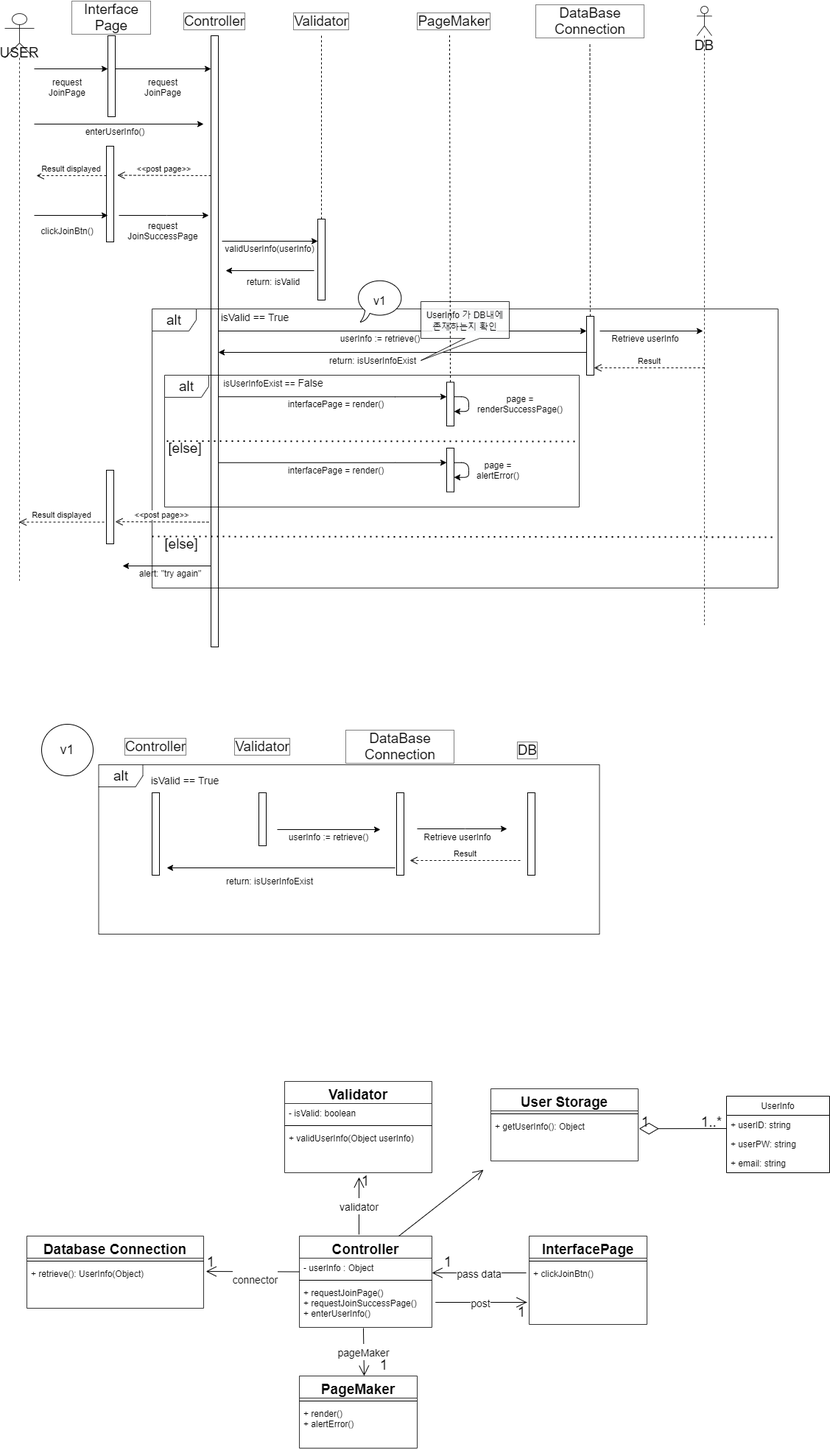
The draw.io diagram uc1_join.png in 2haein/software_engineering_diagram, before a commit. Source tidied: cells renumbered, new cells last; positions are measured from the earlier drawing's top-left corner, leaving out a move shared by most shapes.
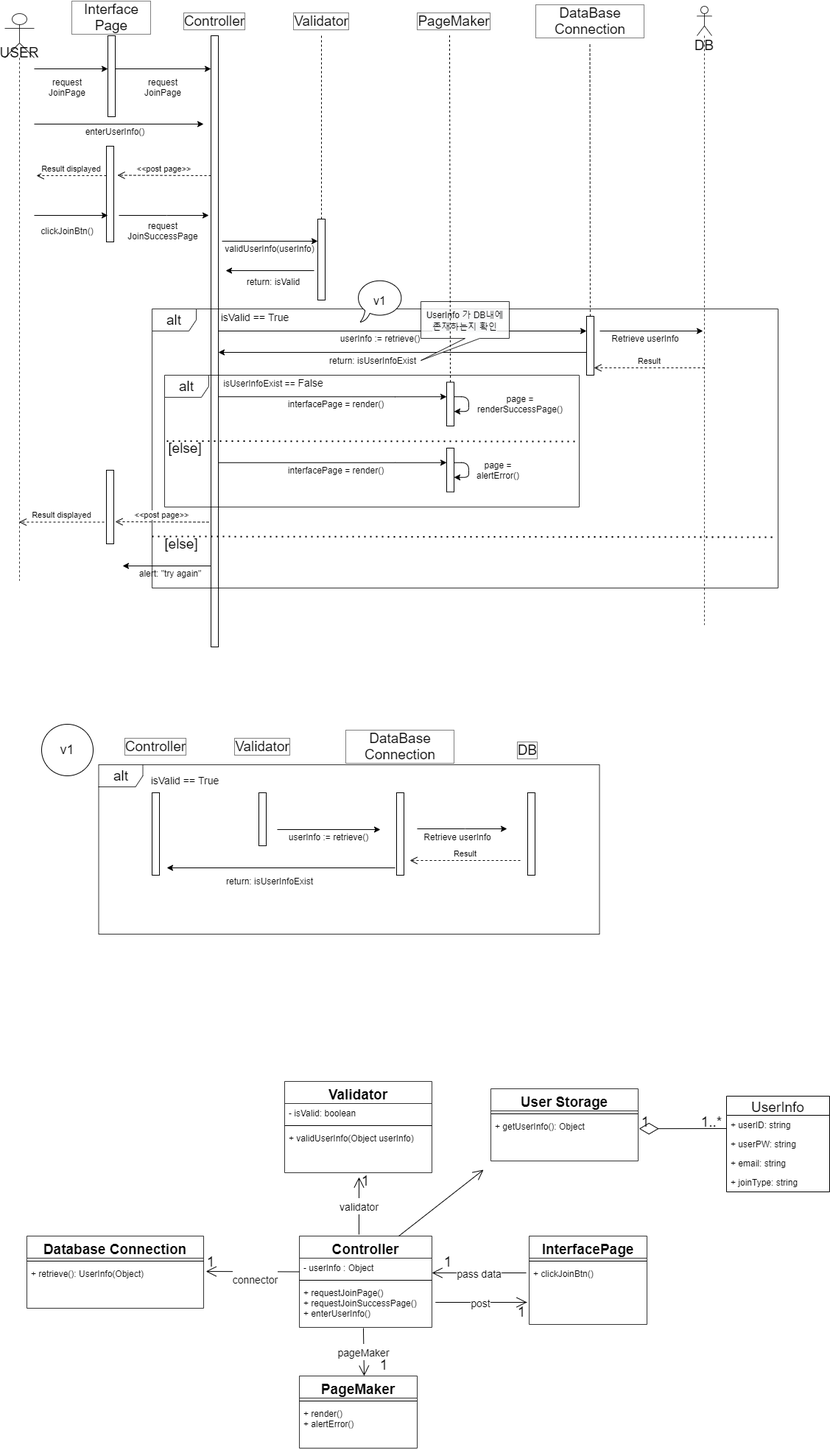
The same file after the commit.

Diff of the diagram source:
```diff
@@ -471,8 +471,8 @@
     <mxCell id="116" value="1..*" style="text;html=1;strokeColor=none;fillColor=none;align=center;verticalAlign=middle;whiteSpace=wrap;rounded=0;fontSize=19;opacity=80;" parent="1" vertex="1">
       <mxGeometry x="950" y="1510" width="20" height="10" as="geometry" />
     </mxCell>
-    <mxCell id="117" value="UserInfo" style="swimlane;fontStyle=0;horizontal=1;startSize=26;fillColor=none;" parent="1" vertex="1">
-      <mxGeometry x="980" y="1480" width="140" height="104" as="geometry" />
+    <mxCell id="117" value="UserInfo" style="swimlane;fontStyle=0;horizontal=1;startSize=26;fillColor=none;fontSize=19;" parent="1" vertex="1">
+      <mxGeometry x="980" y="1480" width="140" height="130" as="geometry" />
     </mxCell>
     <mxCell id="118" value="+ userID: string" style="text;strokeColor=none;fillColor=none;align=left;verticalAlign=top;spacingLeft=4;spacingRight=4;overflow=hidden;" parent="117" vertex="1">
       <mxGeometry y="26" width="140" height="26" as="geometry" />
@@ -481,7 +481,10 @@
       <mxGeometry y="52" width="140" height="26" as="geometry" />
     </mxCell>
     <mxCell id="120" value="+ email: string&#10;" style="text;strokeColor=none;fillColor=none;align=left;verticalAlign=top;spacingLeft=4;spacingRight=4;overflow=hidden;" parent="117" vertex="1">
-      <mxGeometry y="78" width="140" height="26" as="geometry" />
+      <mxGeometry y="78" width="140" height="52" as="geometry" />
     </mxCell>
+    <mxCell id="121" value="+ joinType: string&#10;" style="text;strokeColor=none;fillColor=none;align=left;verticalAlign=top;spacingLeft=4;spacingRight=4;overflow=hidden;" parent="1" vertex="1">
+      <mxGeometry x="980" y="1584" width="140" height="26" as="geometry" />
+    </mxCell>
   </root>
 </mxGraphModel>
```
